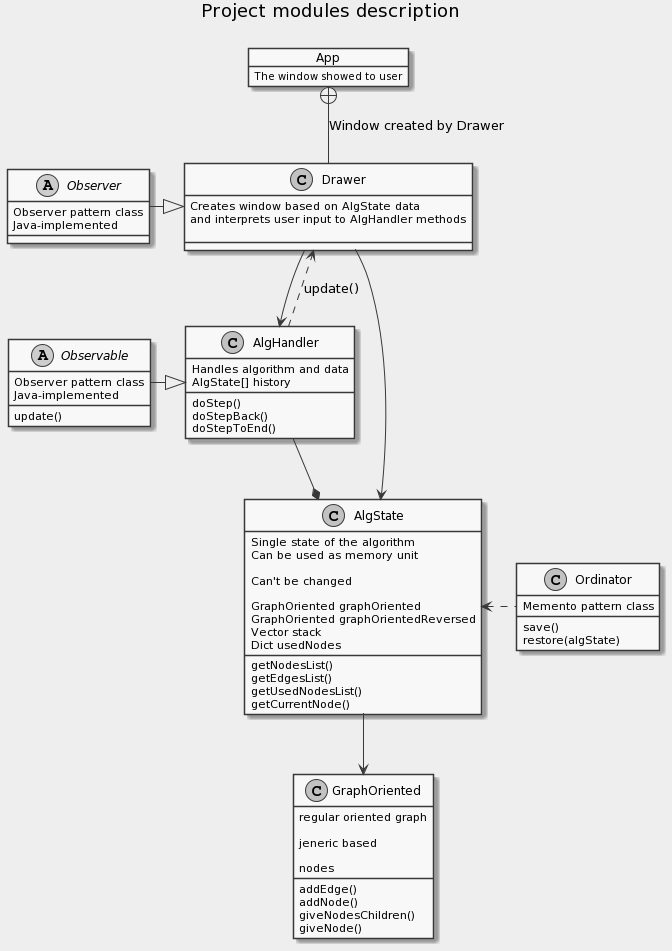
The PlantUML diagram Отчеты/Project_Modules_Description.png in sergeyyurev/Summer_Practise_2021_group15, before a commit. Its diagram source:
```plantuml
@startuml
skinparam monochrome true
skinparam backgroundColor #EEEEEE
title Project modules description\n

object App
App : The window showed to user

class Drawer
Drawer : Creates window based on AlgState data \nand interprets user input to AlgHandler methods\n

class AlgHandler
AlgHandler : Handles algorithm and data

AlgHandler : AlgState[] history

AlgHandler : doStep()
AlgHandler : doStepBack()
AlgHandler : doStepToEnd()

class AlgState
AlgState : Single state of the algorithm \nCan be used as memory unit\n
AlgState : Can't be changed\n
AlgState : GraphOriented graphOriented
AlgState : GraphOriented graphOrientedReversed
AlgState : Vector stack
AlgState : Dict usedNodes

AlgState : getNodesList()
AlgState : getEdgesList()
AlgState : getUsedNodesList()
AlgState : getCurrentNode()

class Ordinator
Ordinator : Memento pattern class
Ordinator : save()
Ordinator : restore(algState)


class GraphOriented
GraphOriented : regular oriented graph\n
GraphOriented : jeneric based\n

GraphOriented : nodes

GraphOriented : addEdge()
GraphOriented : addNode()
GraphOriented : giveNodesChildren()
GraphOriented : giveNode()

abstract class Observable
Observable : Observer pattern class\nJava-implemented
Observable : update()
abstract class Observer
Observer : Observer pattern class\nJava-implemented

Observer -|> Drawer
Observable -|> AlgHandler


App +-- Drawer : Window created by Drawer
Drawer --> AlgHandler
Drawer --> AlgState
AlgHandler ..> Drawer : update()
AlgHandler --* AlgState
AlgState --> GraphOriented
AlgState <.right. Ordinator
@enduml
```
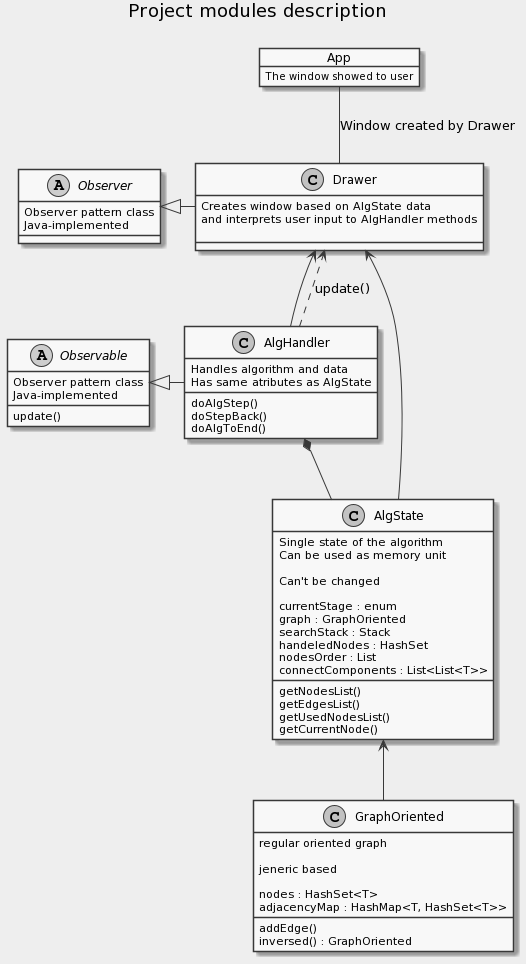
Later version of the same file.

The edit, as a diff of the source:
```diff
@@ -12,41 +12,40 @@
 class AlgHandler
 AlgHandler : Handles algorithm and data
 
-AlgHandler : AlgState[] history
+AlgHandler : Has same atributes as AlgState
 
-AlgHandler : doStep()
+AlgHandler : doAlgStep()
 AlgHandler : doStepBack()
-AlgHandler : doStepToEnd()
+AlgHandler : doAlgToEnd()
 
 class AlgState
 AlgState : Single state of the algorithm \nCan be used as memory unit\n
 AlgState : Can't be changed\n
-AlgState : GraphOriented graphOriented
-AlgState : GraphOriented graphOrientedReversed
-AlgState : Vector stack
-AlgState : Dict usedNodes
+
+AlgState : currentStage : enum
+AlgState : graph : GraphOriented
+AlgState : searchStack : Stack
+AlgState : handeledNodes : HashSet
+AlgState : nodesOrder : List
+AlgState : connectComponents : List<List<T>>
 
 AlgState : getNodesList()
 AlgState : getEdgesList()
 AlgState : getUsedNodesList()
 AlgState : getCurrentNode()
 
-class Ordinator
-Ordinator : Memento pattern class
-Ordinator : save()
-Ordinator : restore(algState)
-
 
 class GraphOriented
 GraphOriented : regular oriented graph\n
 GraphOriented : jeneric based\n
 
-GraphOriented : nodes
+GraphOriented : nodes : HashSet<T>
+GraphOriented : adjacencyMap : HashMap<T, HashSet<T>>
 
 GraphOriented : addEdge()
-GraphOriented : addNode()
-GraphOriented : giveNodesChildren()
-GraphOriented : giveNode()
+GraphOriented : inversed() : GraphOriented
+
+
 
 abstract class Observable
 Observable : Observer pattern class\nJava-implemented
@@ -54,15 +53,14 @@
 abstract class Observer
 Observer : Observer pattern class\nJava-implemented
 
-Observer -|> Drawer
-Observable -|> AlgHandler
+Observer <|- Drawer
+Observable <|- AlgHandler
 
 
-App +-- Drawer : Window created by Drawer
-Drawer --> AlgHandler
-Drawer --> AlgState
+App -- Drawer : Window created by Drawer
+Drawer <-- AlgHandler
+Drawer <-- AlgState
 AlgHandler ..> Drawer : update()
-AlgHandler --* AlgState
-AlgState --> GraphOriented
-AlgState <.right. Ordinator
+AlgHandler *-- AlgState
+AlgState <-- GraphOriented
 @enduml
```
